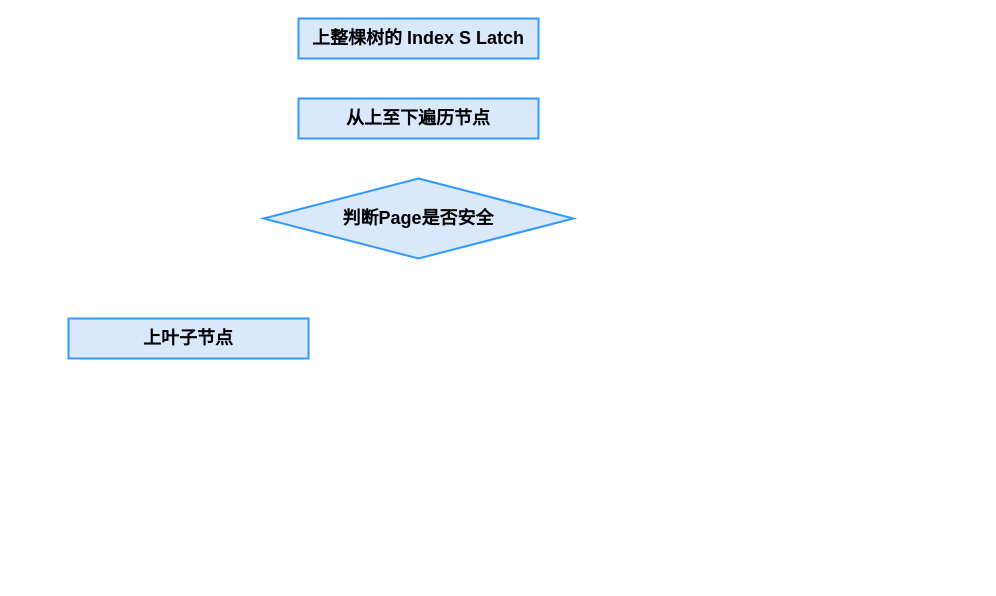
This is page "5.6 latch" (8 of 14) of docs/MySQL.drawio from Khighness/bplustree, a draw.io file, before an edit. Source tidied: cells renumbered, new cells numbered last; positions are measured from the earlier drawing's top-left corner, leaving out a move shared by most shapes. Both pictures are drawn from the tidied source at 100%, with x=0, y=0 at pixel (68, 18).
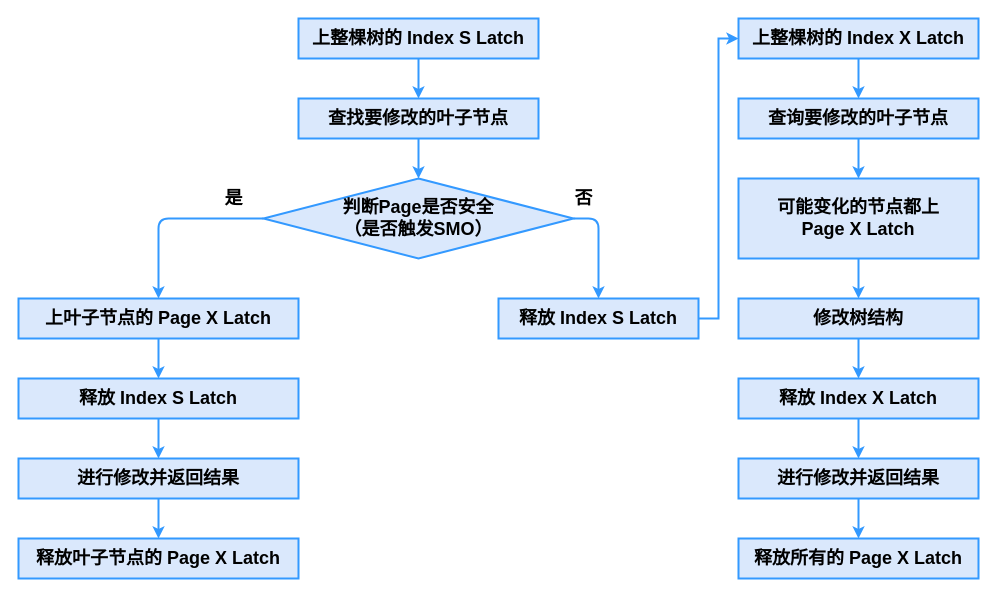
The same diagram, later.

Unchanged cells that the change refers to:
```xml
<mxCell id="2" value="&lt;span style=&quot;font-size: 18px;&quot;&gt;&lt;b&gt;上整棵树的 Index S Latch&lt;/b&gt;&lt;/span&gt;" style="rounded=0;whiteSpace=wrap;html=1;fontSize=16;fillColor=#dae8fc;strokeColor=#3399FF;strokeWidth=2;" parent="1" vertex="1">
  <mxGeometry x="230" width="240" height="40" as="geometry" />
</mxCell>
```

Diff of the diagram source:
```diff
@@
+    <mxCell id="6" style="edgeStyle=orthogonalEdgeStyle;rounded=0;jettySize=auto;html=1;strokeWidth=2;strokeColor=#3399FF;" parent="1" edge="1" source="2" target="3">
+      <mxGeometry relative="1" as="geometry" />
+    </mxCell>
@@
+    <mxCell id="7" style="edgeStyle=orthogonalEdgeStyle;rounded=0;jettySize=auto;html=1;strokeColor=#3399FF;strokeWidth=2;" parent="1" edge="1" source="3" target="4">
+      <mxGeometry relative="1" as="geometry" />
+    </mxCell>
-    <mxCell id="3" value="&lt;b&gt;&lt;font style=&quot;font-size: 18px;&quot;&gt;从上至下遍历节点&lt;/font&gt;&lt;/b&gt;" style="rounded=0;whiteSpace=wrap;html=1;fontSize=16;fillColor=#dae8fc;strokeColor=#3399FF;strokeWidth=2;" parent="1" vertex="1">
+    <mxCell id="3" value="&lt;b&gt;&lt;font style=&quot;font-size: 18px&quot;&gt;查找要修改的叶子节点&lt;/font&gt;&lt;/b&gt;" style="rounded=0;whiteSpace=wrap;html=1;fontSize=16;fillColor=#dae8fc;strokeColor=#3399FF;strokeWidth=2;" parent="1" vertex="1">
       <mxGeometry x="230" y="80" width="240" height="40" as="geometry" />
     </mxCell>
-    <mxCell id="4" value="&lt;b&gt;判断Page是否安全&lt;/b&gt;" style="rhombus;whiteSpace=wrap;html=1;fontSize=18;strokeColor=#3399FF;fillColor=#DAE8FC;strokeWidth=2;" parent="1" vertex="1">
+    <mxCell id="4" value="&lt;b&gt;判断Page是否安全&lt;br&gt;（是否触发SMO）&lt;br&gt;&lt;/b&gt;" style="rhombus;whiteSpace=wrap;html=1;fontSize=18;strokeColor=#3399FF;fillColor=#DAE8FC;strokeWidth=2;" parent="1" vertex="1">
       <mxGeometry x="195" y="160" width="310" height="80" as="geometry" />
     </mxCell>
+    <mxCell id="8" style="edgeStyle=orthogonalEdgeStyle;rounded=0;jettySize=auto;html=1;strokeColor=#3399FF;strokeWidth=2;" parent="1" edge="1" source="5" target="10">
+      <mxGeometry relative="1" as="geometry" />
+    </mxCell>
-    <mxCell id="5" value="&lt;span style=&quot;font-size: 18px;&quot;&gt;&lt;b&gt;上叶子节点&lt;/b&gt;&lt;/span&gt;" style="rounded=0;whiteSpace=wrap;html=1;fontSize=16;fillColor=#dae8fc;strokeColor=#3399FF;strokeWidth=2;" parent="1" vertex="1">
-      <mxGeometry y="300" width="240" height="40" as="geometry" />
+    <mxCell id="5" value="&lt;span style=&quot;font-size: 18px&quot;&gt;&lt;b&gt;上叶子节点的 Page X Latch&lt;/b&gt;&lt;/span&gt;" style="rounded=0;whiteSpace=wrap;html=1;fontSize=16;fillColor=#dae8fc;strokeColor=#3399FF;strokeWidth=2;" parent="1" vertex="1">
+      <mxGeometry x="-50" y="280" width="280" height="40" as="geometry" />
     </mxCell>
+    <mxCell id="9" style="edgeStyle=orthogonalEdgeStyle;rounded=0;jettySize=auto;html=1;strokeColor=#3399FF;strokeWidth=2;" parent="1" edge="1" source="10" target="12">
+      <mxGeometry relative="1" as="geometry" />
+    </mxCell>
+    <mxCell id="10" value="&lt;span style=&quot;font-size: 18px&quot;&gt;&lt;b&gt;释放 Index S Latch&lt;/b&gt;&lt;/span&gt;" style="rounded=0;whiteSpace=wrap;html=1;fontSize=16;fillColor=#dae8fc;strokeColor=#3399FF;strokeWidth=2;" parent="1" vertex="1">
+      <mxGeometry x="-50" y="360" width="280" height="40" as="geometry" />
+    </mxCell>
+    <mxCell id="11" style="edgeStyle=orthogonalEdgeStyle;rounded=0;jettySize=auto;html=1;strokeColor=#3399FF;strokeWidth=2;" parent="1" edge="1" source="12" target="13">
+      <mxGeometry relative="1" as="geometry" />
+    </mxCell>
+    <mxCell id="12" value="&lt;span style=&quot;font-size: 18px&quot;&gt;&lt;b&gt;进行修改并返回结果&lt;/b&gt;&lt;/span&gt;" style="rounded=0;whiteSpace=wrap;html=1;fontSize=16;fillColor=#dae8fc;strokeColor=#3399FF;strokeWidth=2;" parent="1" vertex="1">
+      <mxGeometry x="-50" y="440" width="280" height="40" as="geometry" />
+    </mxCell>
+    <mxCell id="13" value="&lt;span style=&quot;font-size: 18px&quot;&gt;&lt;b&gt;释放叶子节点的 Page X Latch&lt;br&gt;&lt;/b&gt;&lt;/span&gt;" style="rounded=0;whiteSpace=wrap;html=1;fontSize=16;fillColor=#dae8fc;strokeColor=#3399FF;strokeWidth=2;" parent="1" vertex="1">
+      <mxGeometry x="-50" y="520" width="280" height="40" as="geometry" />
+    </mxCell>
+    <mxCell id="14" style="edgeStyle=orthogonalEdgeStyle;rounded=0;jettySize=auto;html=1;strokeColor=#3399FF;strokeWidth=2;entryX=0;entryY=0.5;entryDx=0;entryDy=0;" parent="1" edge="1" source="15" target="17">
+      <mxGeometry relative="1" as="geometry" />
+    </mxCell>
+    <mxCell id="15" value="&lt;span style=&quot;font-size: 18px&quot;&gt;&lt;b&gt;释放 Index S Latch&lt;/b&gt;&lt;/span&gt;" style="rounded=0;whiteSpace=wrap;html=1;fontSize=16;fillColor=#dae8fc;strokeColor=#3399FF;strokeWidth=2;" parent="1" vertex="1">
+      <mxGeometry x="430" y="280" width="200" height="40" as="geometry" />
+    </mxCell>
+    <mxCell id="16" style="edgeStyle=orthogonalEdgeStyle;rounded=0;jettySize=auto;html=1;strokeColor=#3399FF;strokeWidth=2;" parent="1" edge="1" source="17" target="19">
+      <mxGeometry relative="1" as="geometry" />
+    </mxCell>
+    <mxCell id="17" value="&lt;span style=&quot;font-size: 18px&quot;&gt;&lt;b&gt;上整棵树的 Index X Latch&lt;/b&gt;&lt;/span&gt;" style="rounded=0;whiteSpace=wrap;html=1;fontSize=16;fillColor=#dae8fc;strokeColor=#3399FF;strokeWidth=2;" parent="1" vertex="1">
+      <mxGeometry x="670" width="240" height="40" as="geometry" />
+    </mxCell>
+    <mxCell id="18" style="edgeStyle=orthogonalEdgeStyle;rounded=0;jettySize=auto;html=1;strokeColor=#3399FF;strokeWidth=2;" parent="1" edge="1" source="19" target="21">
+      <mxGeometry relative="1" as="geometry" />
+    </mxCell>
+    <mxCell id="19" value="&lt;span style=&quot;font-size: 18px&quot;&gt;&lt;b&gt;查询要修改的叶子节点&lt;/b&gt;&lt;/span&gt;" style="rounded=0;whiteSpace=wrap;html=1;fontSize=16;fillColor=#dae8fc;strokeColor=#3399FF;strokeWidth=2;" parent="1" vertex="1">
+      <mxGeometry x="670" y="80" width="240" height="40" as="geometry" />
+    </mxCell>
+    <mxCell id="20" style="edgeStyle=orthogonalEdgeStyle;rounded=0;jettySize=auto;html=1;strokeColor=#3399FF;strokeWidth=2;" parent="1" edge="1" source="21" target="23">
+      <mxGeometry relative="1" as="geometry" />
+    </mxCell>
+    <mxCell id="21" value="&lt;span style=&quot;font-size: 18px&quot;&gt;&lt;b&gt;可能变化的节点都上&lt;br&gt;Page X Latch&lt;br&gt;&lt;/b&gt;&lt;/span&gt;" style="rounded=0;whiteSpace=wrap;html=1;fontSize=16;fillColor=#dae8fc;strokeColor=#3399FF;strokeWidth=2;" parent="1" vertex="1">
+      <mxGeometry x="670" y="160" width="240" height="80" as="geometry" />
+    </mxCell>
+    <mxCell id="22" style="edgeStyle=orthogonalEdgeStyle;rounded=0;jettySize=auto;html=1;strokeColor=#3399FF;strokeWidth=2;" parent="1" edge="1" source="23" target="25">
+      <mxGeometry relative="1" as="geometry" />
+    </mxCell>
+    <mxCell id="23" value="&lt;span style=&quot;font-size: 18px&quot;&gt;&lt;b&gt;修改树结构&lt;br&gt;&lt;/b&gt;&lt;/span&gt;" style="rounded=0;whiteSpace=wrap;html=1;fontSize=16;fillColor=#dae8fc;strokeColor=#3399FF;strokeWidth=2;" parent="1" vertex="1">
+      <mxGeometry x="670" y="280" width="240" height="40" as="geometry" />
+    </mxCell>
+    <mxCell id="24" style="edgeStyle=orthogonalEdgeStyle;rounded=0;jettySize=auto;html=1;strokeColor=#3399FF;strokeWidth=2;" parent="1" edge="1" source="25" target="27">
+      <mxGeometry relative="1" as="geometry" />
+    </mxCell>
+    <mxCell id="25" value="&lt;span style=&quot;font-size: 18px&quot;&gt;&lt;b&gt;释放 Index X Latch&lt;br&gt;&lt;/b&gt;&lt;/span&gt;" style="rounded=0;whiteSpace=wrap;html=1;fontSize=16;fillColor=#dae8fc;strokeColor=#3399FF;strokeWidth=2;" parent="1" vertex="1">
+      <mxGeometry x="670" y="360" width="240" height="40" as="geometry" />
+    </mxCell>
+    <mxCell id="26" style="edgeStyle=orthogonalEdgeStyle;rounded=0;jettySize=auto;html=1;strokeColor=#3399FF;strokeWidth=2;" parent="1" edge="1" source="27" target="28">
+      <mxGeometry relative="1" as="geometry" />
+    </mxCell>
+    <mxCell id="27" value="&lt;span style=&quot;font-size: 18px&quot;&gt;&lt;b&gt;进行修改并返回结果&lt;br&gt;&lt;/b&gt;&lt;/span&gt;" style="rounded=0;whiteSpace=wrap;html=1;fontSize=16;fillColor=#dae8fc;strokeColor=#3399FF;strokeWidth=2;" parent="1" vertex="1">
+      <mxGeometry x="670" y="440" width="240" height="40" as="geometry" />
+    </mxCell>
+    <mxCell id="28" value="&lt;span style=&quot;font-size: 18px&quot;&gt;&lt;b&gt;释放所有的 Page X Latch&lt;br&gt;&lt;/b&gt;&lt;/span&gt;" style="rounded=0;whiteSpace=wrap;html=1;fontSize=16;fillColor=#dae8fc;strokeColor=#3399FF;strokeWidth=2;" parent="1" vertex="1">
+      <mxGeometry x="670" y="520" width="240" height="40" as="geometry" />
+    </mxCell>
+    <mxCell id="29" style="endArrow=classic;html=1;strokeColor=#3399FF;strokeWidth=2;exitX=0;exitY=0.5;exitDx=0;exitDy=0;entryX=0.5;entryY=0;entryDx=0;entryDy=0;" parent="1" edge="1" source="4" target="5">
+      <mxGeometry relative="1" as="geometry">
+        <Array as="points">
+          <mxPoint x="90" y="200" />
+        </Array>
+      </mxGeometry>
+    </mxCell>
+    <mxCell id="30" style="endArrow=classic;html=1;strokeColor=#3399FF;strokeWidth=2;entryX=0.5;entryY=0;entryDx=0;entryDy=0;exitX=1;exitY=0.5;exitDx=0;exitDy=0;" parent="1" edge="1" source="4" target="15">
+      <mxGeometry relative="1" as="geometry">
+        <Array as="points">
+          <mxPoint x="530" y="200" />
+        </Array>
+      </mxGeometry>
+    </mxCell>
+    <mxCell id="31" value="&lt;span style=&quot;font-size: 18px&quot;&gt;&lt;b&gt;是&lt;/b&gt;&lt;/span&gt;" style="text;html=1;align=center;verticalAlign=middle;" parent="1" vertex="1">
+      <mxGeometry x="150" y="170" width="30" height="20" as="geometry" />
+    </mxCell>
+    <mxCell id="32" value="&lt;span style=&quot;font-size: 18px&quot;&gt;&lt;b&gt;否&lt;/b&gt;&lt;/span&gt;" style="text;html=1;align=center;verticalAlign=middle;" parent="1" vertex="1">
+      <mxGeometry x="500" y="170" width="30" height="20" as="geometry" />
+    </mxCell>
```
